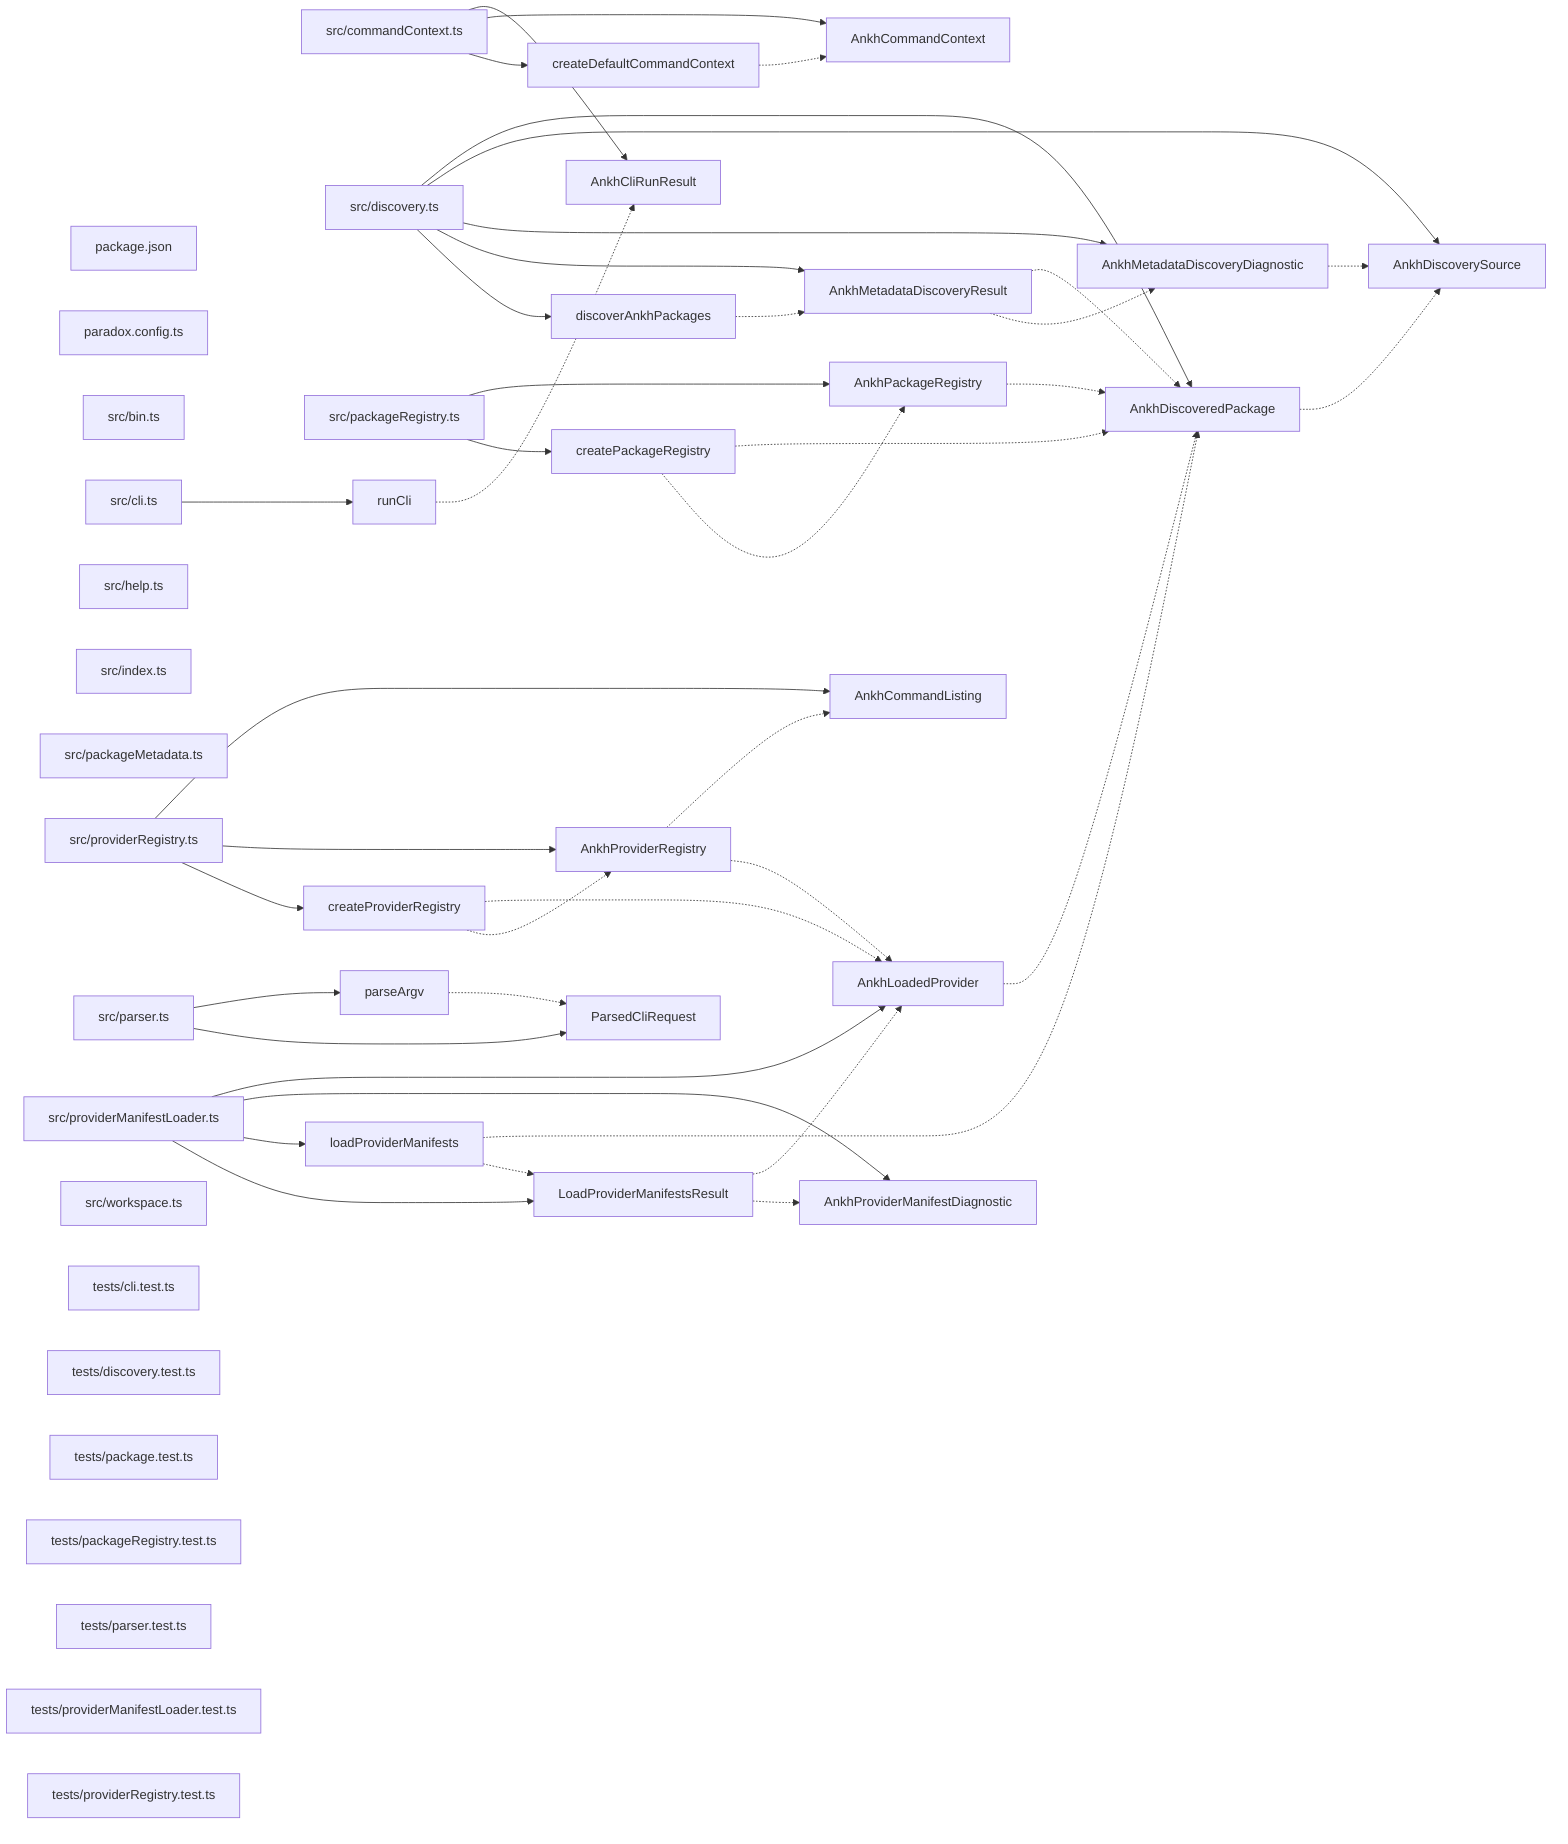
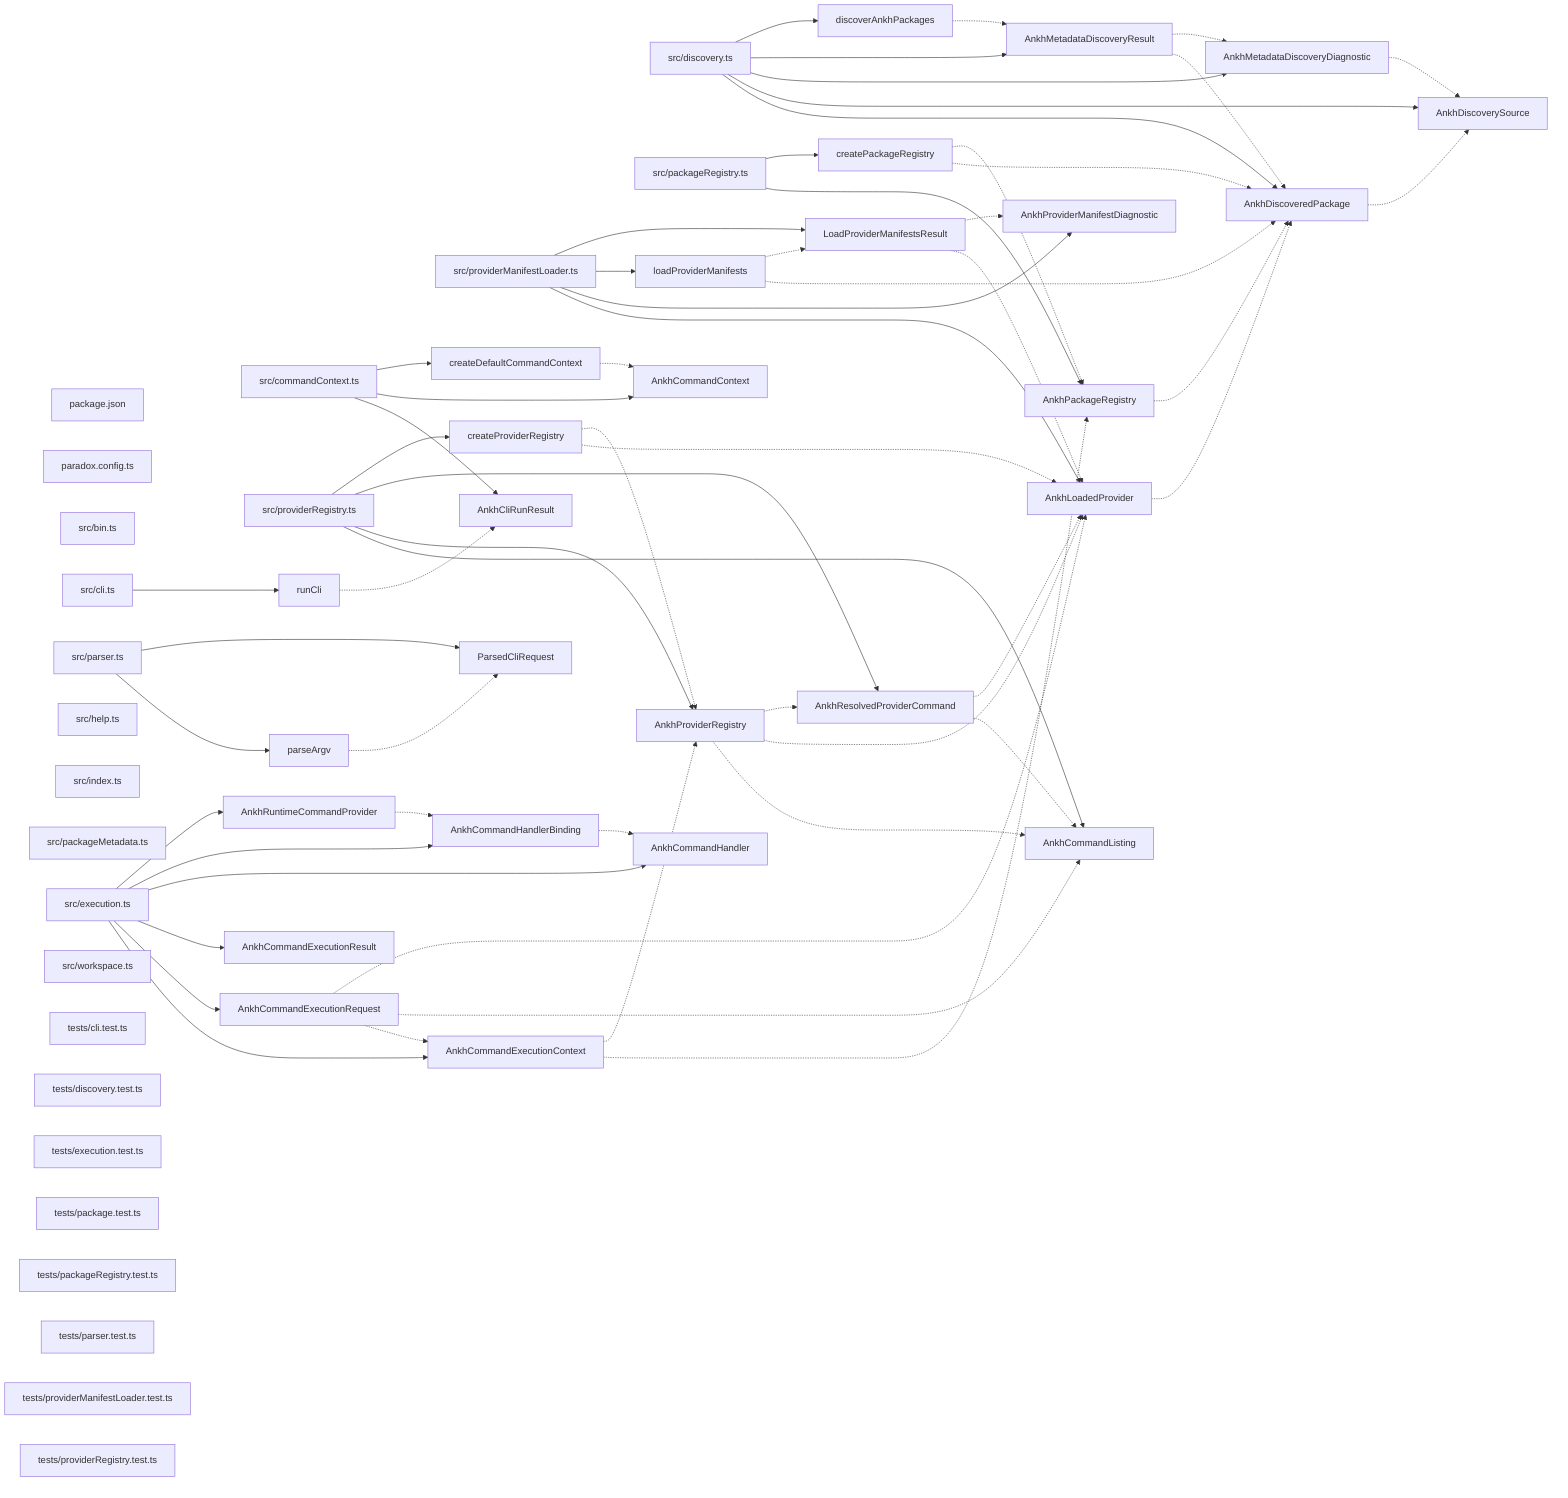
graph LR
  module_package_json["package.json"]
  module_paradox_config_ts["paradox.config.ts"]
  module_src_bin_ts["src/bin.ts"]
  module_src_cli_ts["src/cli.ts"]
  module_src_commandContext_ts["src/commandContext.ts"]
  module_src_discovery_ts["src/discovery.ts"]
+   module_src_execution_ts["src/execution.ts"]
  module_src_help_ts["src/help.ts"]
  module_src_index_ts["src/index.ts"]
  module_src_packageMetadata_ts["src/packageMetadata.ts"]
  module_src_packageRegistry_ts["src/packageRegistry.ts"]
  module_src_parser_ts["src/parser.ts"]
  module_src_providerManifestLoader_ts["src/providerManifestLoader.ts"]
  module_src_providerRegistry_ts["src/providerRegistry.ts"]
  module_src_workspace_ts["src/workspace.ts"]
  module_tests_cli_test_ts["tests/cli.test.ts"]
  module_tests_discovery_test_ts["tests/discovery.test.ts"]
+   module_tests_execution_test_ts["tests/execution.test.ts"]
  module_tests_package_test_ts["tests/package.test.ts"]
  module_tests_packageRegistry_test_ts["tests/packageRegistry.test.ts"]
  module_tests_parser_test_ts["tests/parser.test.ts"]
  module_tests_providerManifestLoader_test_ts["tests/providerManifestLoader.test.ts"]
  module_tests_providerRegistry_test_ts["tests/providerRegistry.test.ts"]
  export_AnkhCliRunResult["AnkhCliRunResult"]
  module_src_commandContext_ts --> export_AnkhCliRunResult
  export_AnkhCommandContext["AnkhCommandContext"]
  module_src_commandContext_ts --> export_AnkhCommandContext
+   export_AnkhCommandExecutionContext["AnkhCommandExecutionContext"]
+   module_src_execution_ts --> export_AnkhCommandExecutionContext
+   export_AnkhCommandExecutionContext -.-> export_AnkhPackageRegistry
+   export_AnkhCommandExecutionContext -.-> export_AnkhProviderRegistry
+   export_AnkhCommandExecutionRequest["AnkhCommandExecutionRequest"]
+   module_src_execution_ts --> export_AnkhCommandExecutionRequest
+   export_AnkhCommandExecutionRequest -.-> export_AnkhCommandExecutionContext
+   export_AnkhCommandExecutionRequest -.-> export_AnkhCommandListing
+   export_AnkhCommandExecutionRequest -.-> export_AnkhLoadedProvider
+   export_AnkhCommandExecutionResult["AnkhCommandExecutionResult"]
+   module_src_execution_ts --> export_AnkhCommandExecutionResult
+   export_AnkhCommandHandler["AnkhCommandHandler"]
+   module_src_execution_ts --> export_AnkhCommandHandler
+   export_AnkhCommandHandlerBinding["AnkhCommandHandlerBinding"]
+   module_src_execution_ts --> export_AnkhCommandHandlerBinding
+   export_AnkhCommandHandlerBinding -.-> export_AnkhCommandHandler
  export_AnkhCommandListing["AnkhCommandListing"]
  module_src_providerRegistry_ts --> export_AnkhCommandListing
  export_AnkhDiscoveredPackage["AnkhDiscoveredPackage"]
  module_src_discovery_ts --> export_AnkhDiscoveredPackage
  export_AnkhDiscoveredPackage -.-> export_AnkhDiscoverySource
  export_AnkhDiscoverySource["AnkhDiscoverySource"]
  module_src_discovery_ts --> export_AnkhDiscoverySource
  export_AnkhLoadedProvider["AnkhLoadedProvider"]
  module_src_providerManifestLoader_ts --> export_AnkhLoadedProvider
  export_AnkhLoadedProvider -.-> export_AnkhDiscoveredPackage
  export_AnkhMetadataDiscoveryDiagnostic["AnkhMetadataDiscoveryDiagnostic"]
  module_src_discovery_ts --> export_AnkhMetadataDiscoveryDiagnostic
  export_AnkhMetadataDiscoveryDiagnostic -.-> export_AnkhDiscoverySource
  export_AnkhMetadataDiscoveryResult["AnkhMetadataDiscoveryResult"]
  module_src_discovery_ts --> export_AnkhMetadataDiscoveryResult
  export_AnkhMetadataDiscoveryResult -.-> export_AnkhDiscoveredPackage
  export_AnkhMetadataDiscoveryResult -.-> export_AnkhMetadataDiscoveryDiagnostic
  export_AnkhPackageRegistry["AnkhPackageRegistry"]
  module_src_packageRegistry_ts --> export_AnkhPackageRegistry
  export_AnkhPackageRegistry -.-> export_AnkhDiscoveredPackage
  export_AnkhProviderManifestDiagnostic["AnkhProviderManifestDiagnostic"]
  module_src_providerManifestLoader_ts --> export_AnkhProviderManifestDiagnostic
  export_AnkhProviderRegistry["AnkhProviderRegistry"]
  module_src_providerRegistry_ts --> export_AnkhProviderRegistry
  export_AnkhProviderRegistry -.-> export_AnkhCommandListing
  export_AnkhProviderRegistry -.-> export_AnkhLoadedProvider
+   export_AnkhProviderRegistry -.-> export_AnkhResolvedProviderCommand
+   export_AnkhResolvedProviderCommand["AnkhResolvedProviderCommand"]
+   module_src_providerRegistry_ts --> export_AnkhResolvedProviderCommand
+   export_AnkhResolvedProviderCommand -.-> export_AnkhCommandListing
+   export_AnkhResolvedProviderCommand -.-> export_AnkhLoadedProvider
+   export_AnkhRuntimeCommandProvider["AnkhRuntimeCommandProvider"]
+   module_src_execution_ts --> export_AnkhRuntimeCommandProvider
+   export_AnkhRuntimeCommandProvider -.-> export_AnkhCommandHandlerBinding
  export_createDefaultCommandContext["createDefaultCommandContext"]
  module_src_commandContext_ts --> export_createDefaultCommandContext
  export_createDefaultCommandContext -.-> export_AnkhCommandContext
  export_createPackageRegistry["createPackageRegistry"]
  module_src_packageRegistry_ts --> export_createPackageRegistry
  export_createPackageRegistry -.-> export_AnkhDiscoveredPackage
  export_createPackageRegistry -.-> export_AnkhPackageRegistry
  export_createProviderRegistry["createProviderRegistry"]
  module_src_providerRegistry_ts --> export_createProviderRegistry
  export_createProviderRegistry -.-> export_AnkhLoadedProvider
  export_createProviderRegistry -.-> export_AnkhProviderRegistry
  export_discoverAnkhPackages["discoverAnkhPackages"]
  module_src_discovery_ts --> export_discoverAnkhPackages
  export_discoverAnkhPackages -.-> export_AnkhMetadataDiscoveryResult
  export_loadProviderManifests["loadProviderManifests"]
  module_src_providerManifestLoader_ts --> export_loadProviderManifests
  export_loadProviderManifests -.-> export_AnkhDiscoveredPackage
  export_loadProviderManifests -.-> export_LoadProviderManifestsResult
  export_LoadProviderManifestsResult["LoadProviderManifestsResult"]
  module_src_providerManifestLoader_ts --> export_LoadProviderManifestsResult
  export_LoadProviderManifestsResult -.-> export_AnkhLoadedProvider
  export_LoadProviderManifestsResult -.-> export_AnkhProviderManifestDiagnostic
  export_parseArgv["parseArgv"]
  module_src_parser_ts --> export_parseArgv
  export_parseArgv -.-> export_ParsedCliRequest
  export_ParsedCliRequest["ParsedCliRequest"]
  module_src_parser_ts --> export_ParsedCliRequest
  export_runCli["runCli"]
  module_src_cli_ts --> export_runCli
  export_runCli -.-> export_AnkhCliRunResult
